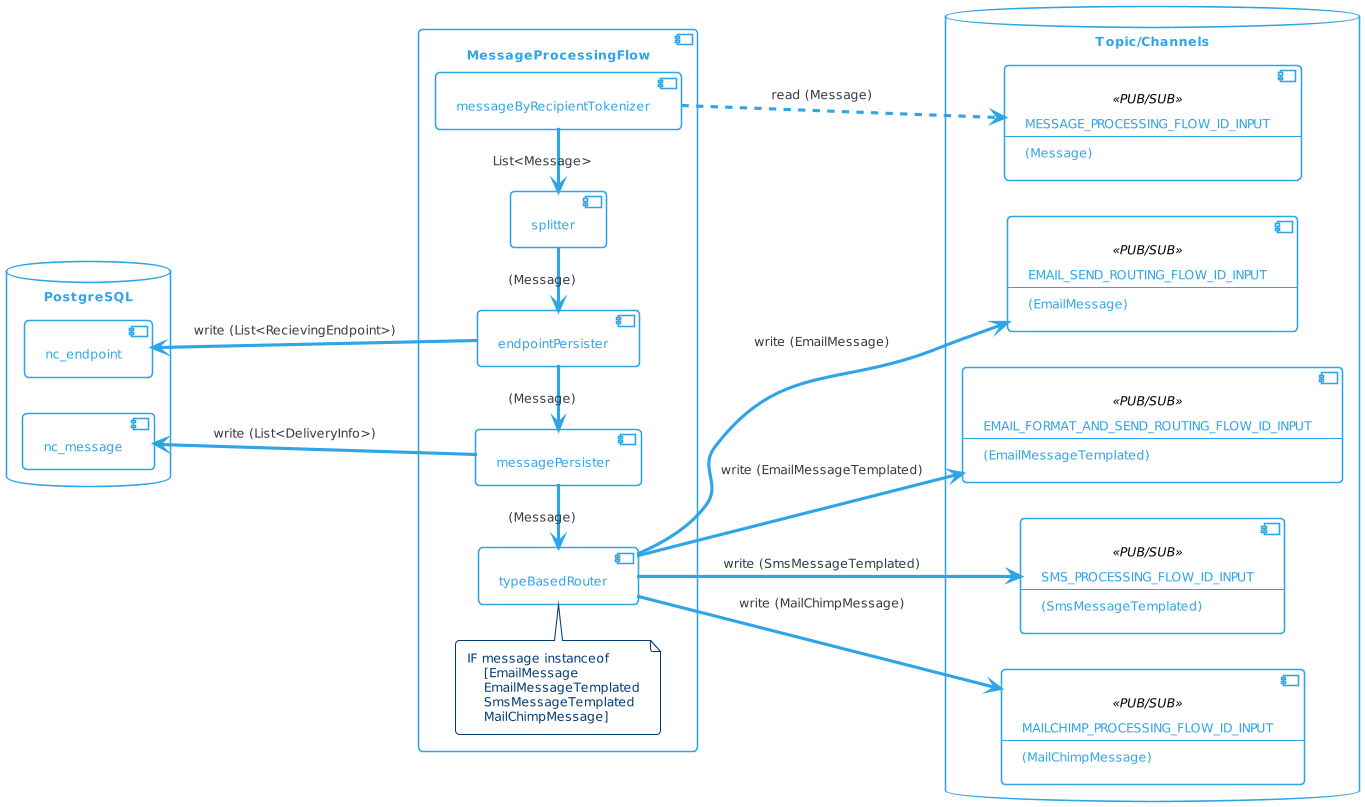
Before: docs/diagrams/png/message-processing-flow.png, a diagram exported from PlantUML (com-obj/notiflow). Source of this version:
```plantuml
@startuml
!theme cerulean-outline

left to right direction

skinparam backgroundcolor White
skinparam component {
    backgroundColor<<user defined>> LightGray
}

database "PostgreSQL" {
    [nc_message]
    [nc_endpoint]
}

database "Topic/Channels" {
    component MESSAGE_PROCESSING_FLOW_ID_INPUT<<PUB/SUB>>[
        MESSAGE_PROCESSING_FLOW_ID_INPUT
        --
        (Message)
    ]

    component EMAIL_SEND_ROUTING_FLOW_ID_INPUT<<PUB/SUB>>[
        EMAIL_SEND_ROUTING_FLOW_ID_INPUT
        --
        (EmailMessage)
    ]

    component EMAIL_FORMAT_AND_SEND_ROUTING_FLOW_ID_INPUT<<PUB/SUB>>[
        EMAIL_FORMAT_AND_SEND_ROUTING_FLOW_ID_INPUT
        --
        (EmailMessageTemplated)
    ]

    component SMS_PROCESSING_FLOW_ID_INPUT<<PUB/SUB>>[
        SMS_PROCESSING_FLOW_ID_INPUT
        --
        (SmsMessageTemplated)
    ]

    component MAILCHIMP_PROCESSING_FLOW_ID_INPUT<<PUB/SUB>>[
        MAILCHIMP_PROCESSING_FLOW_ID_INPUT
        --
        (MailChimpMessage)
    ]
}

component "MessageProcessingFlow" {
    [messageByRecipientTokenizer]
    [splitter]
    [endpointPersister]
    [messagePersister]
    [typeBasedRouter]

    note top of typeBasedRouter
    IF message instanceof
        [EmailMessage
        EmailMessageTemplated
        SmsMessageTemplated
        MailChimpMessage]
    end note

    messageByRecipientTokenizer -l-> splitter : List<Message>
    splitter -l-> endpointPersister : (Message)
    endpointPersister -l-> messagePersister: (Message)
    messagePersister -l--> typeBasedRouter: (Message)

    messageByRecipientTokenizer ..> MESSAGE_PROCESSING_FLOW_ID_INPUT : read (Message)
    typeBasedRouter --> EMAIL_SEND_ROUTING_FLOW_ID_INPUT: write (EmailMessage)
    typeBasedRouter --> EMAIL_FORMAT_AND_SEND_ROUTING_FLOW_ID_INPUT: write (EmailMessageTemplated)
    typeBasedRouter --> SMS_PROCESSING_FLOW_ID_INPUT: write (SmsMessageTemplated)
    typeBasedRouter --> MAILCHIMP_PROCESSING_FLOW_ID_INPUT: write (MailChimpMessage)

    messagePersister -u-> nc_message: write (List<DeliveryInfo>)
    endpointPersister -u-> nc_endpoint: write (List<RecievingEndpoint>)

}
@enduml
```
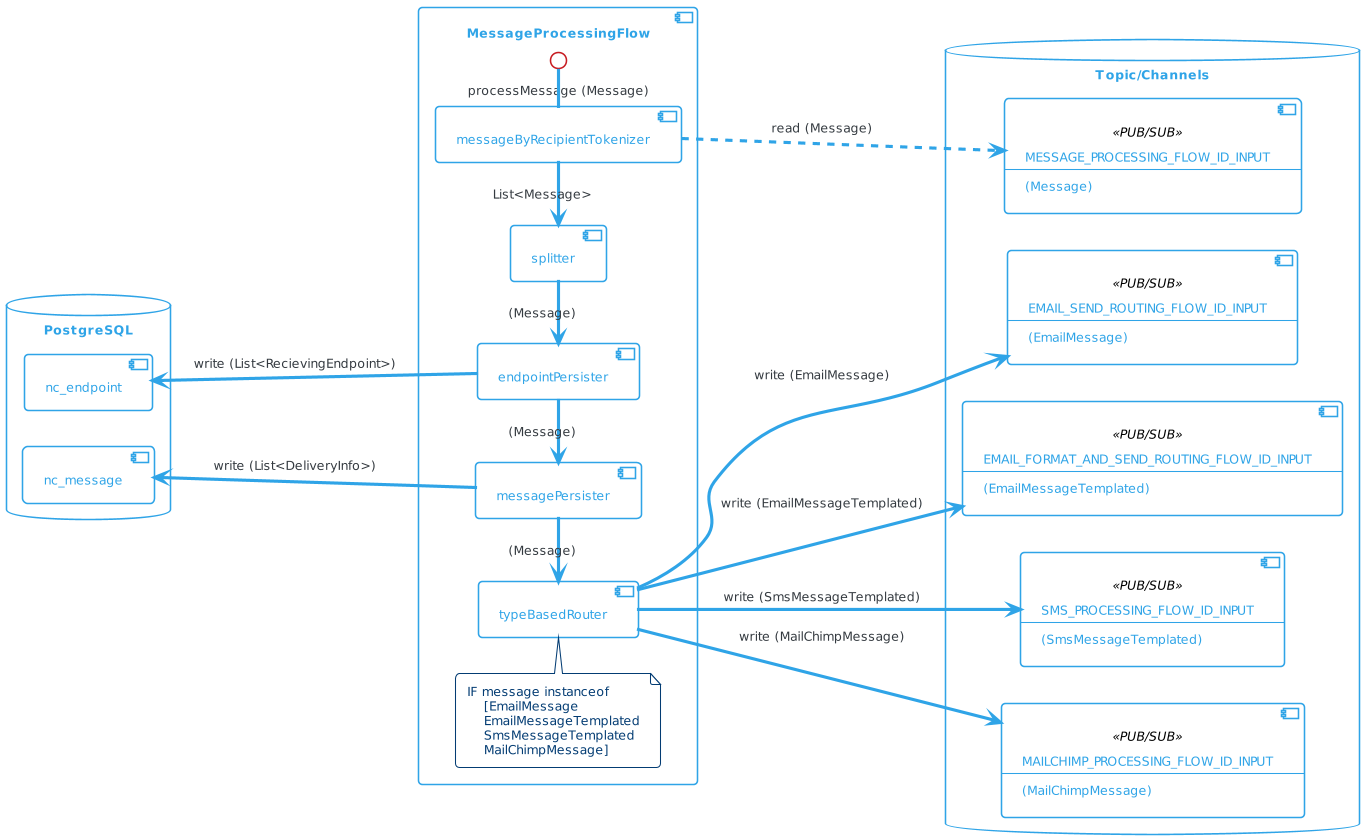
The same file after the commit.

The edit, as a diff of the source:
```diff
@@ -74,5 +74,7 @@
     messagePersister -u-> nc_message: write (List<DeliveryInfo>)
     endpointPersister -u-> nc_endpoint: write (List<RecievingEndpoint>)
 
+    interface "processMessage (Message)" as processMessage
+        messageByRecipientTokenizer -r- processMessage
 }
 @enduml
```
